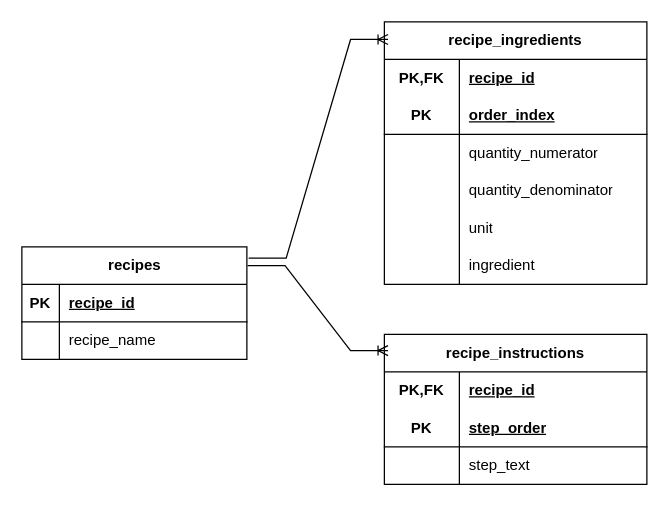
gmhill/recipe-service keeps this draw.io diagram as page "Database Design" (2 of 2) of assets/SystemDesign.drawio. Above is the earlier version. Source tidied: cells renumbered, new cells numbered last; positions are measured from the earlier drawing's top-left corner, leaving out a move shared by most shapes. Both pictures are drawn from the tidied source at 125%, with x=0, y=0 at pixel (21, 21).
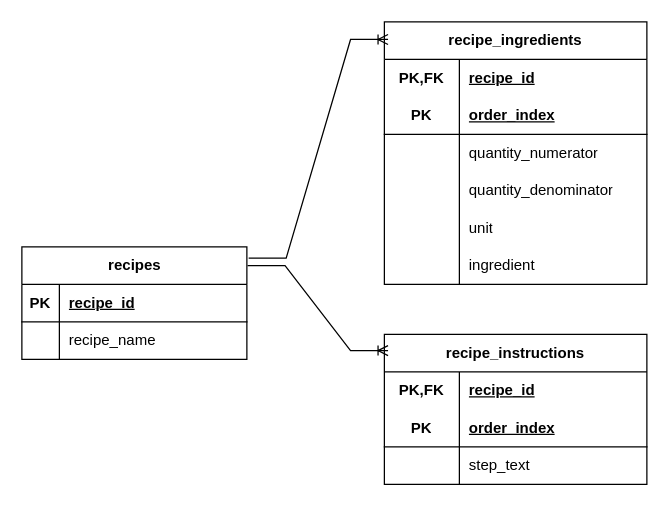
Above is the later version.

Unchanged cells that the change refers to:
```xml
<mxCell id="25" style="shape=tableRow;horizontal=0;startSize=0;swimlaneHead=0;swimlaneBody=0;fillColor=none;top=0;left=0;right=0;bottom=1;html=1;" parent="21" vertex="1">
  <mxGeometry y="60" width="210" height="30" as="geometry" />
</mxCell>
```

Change to the diagram source:
```diff
@@
-    <mxCell id="27" value="step_order" style="shape=partialRectangle;fillColor=none;top=0;left=0;bottom=0;right=0;align=left;spacingLeft=6;fontStyle=5;overflow=hidden;html=1;whiteSpace=wrap;" parent="25" vertex="1">
+    <mxCell id="27" value="order_index" style="shape=partialRectangle;fillColor=none;top=0;left=0;bottom=0;right=0;align=left;spacingLeft=6;fontStyle=5;overflow=hidden;html=1;whiteSpace=wrap;" parent="25" vertex="1">
       <mxGeometry x="60" width="150" height="30" as="geometry" />
     </mxCell>
```
